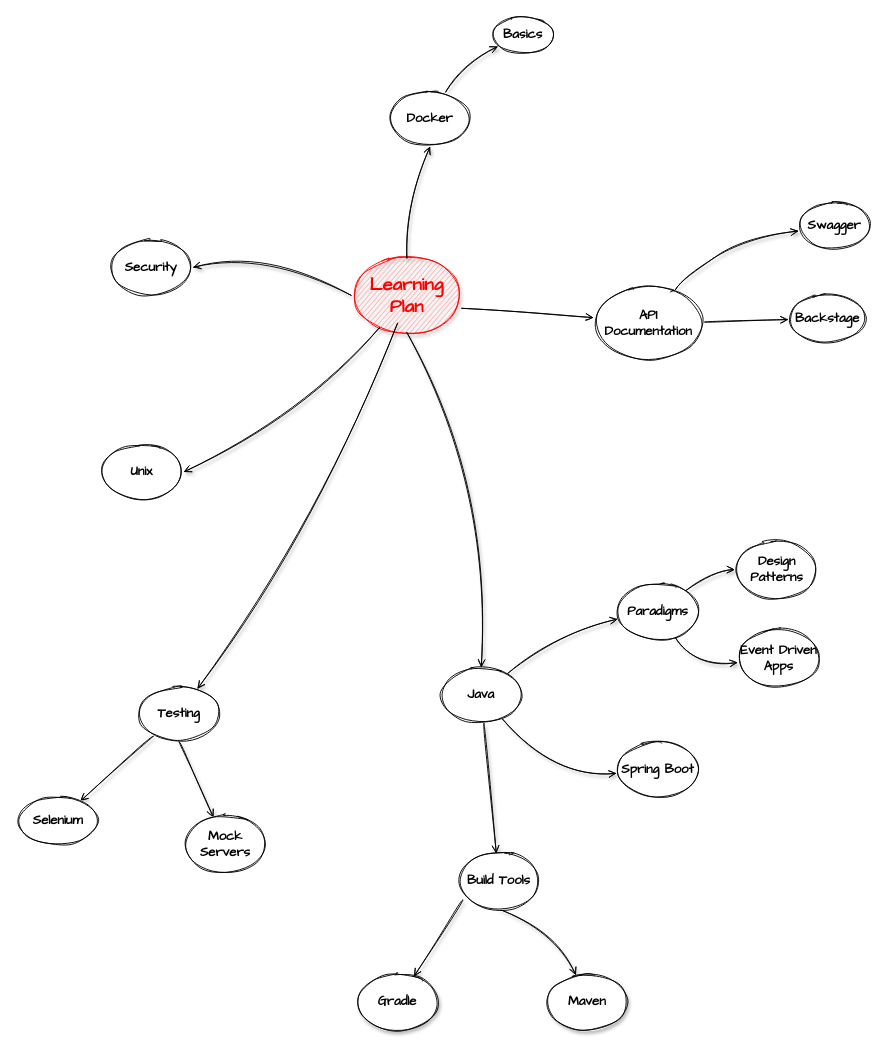
The draw.io diagram diagramming/learning_plan.drawio in mp30028/notes, before the edit. Source tidied: cells renumbered, new cells numbered last; positions are measured from the earlier drawing's top-left corner, leaving out a move shared by most shapes. Both pictures are drawn from the tidied source at 93%, with x=0, y=0 at pixel (16, 16).
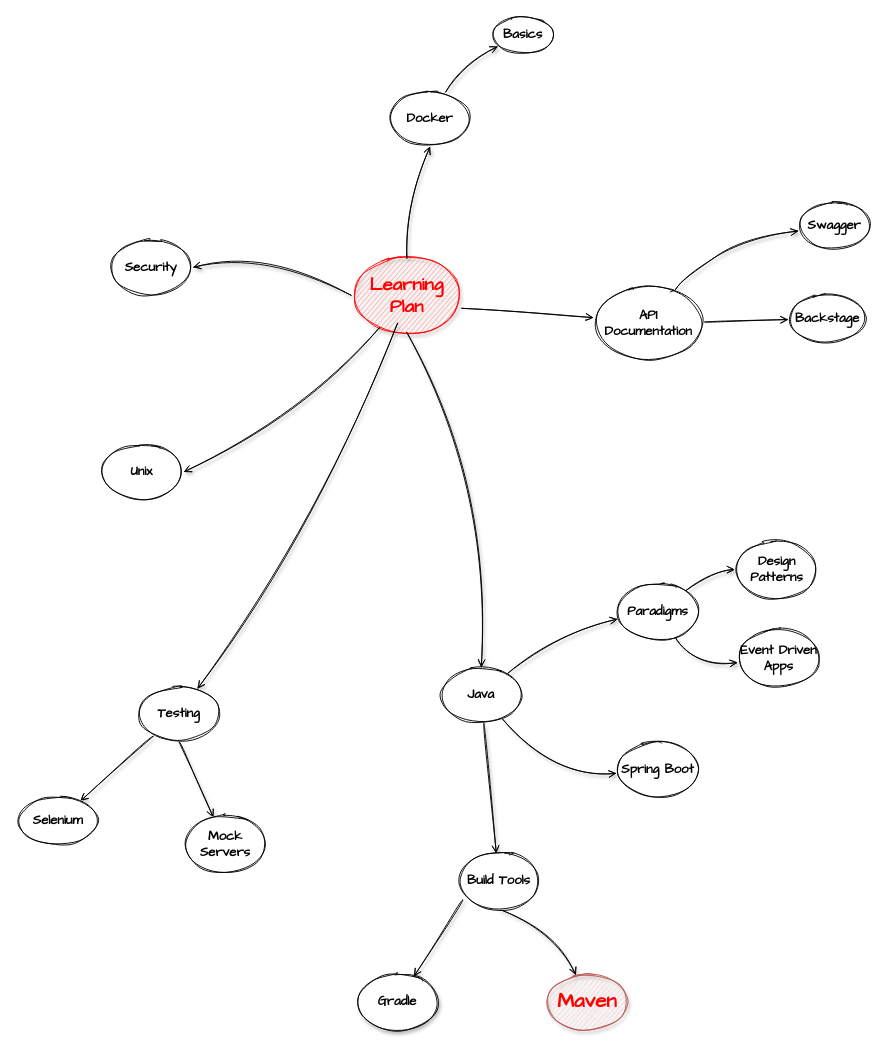
Above is the later version.

The edit, as a diff of the source:
```diff
@@
-    <mxCell id="20" value="Maven" style="ellipse;whiteSpace=wrap;html=1;rounded=0;shadow=1;comic=0;labelBackgroundColor=none;strokeWidth=1;fontFamily=Comic Sans MS;fontSize=14;align=center;sketch=1;fontStyle=1;" parent="1" vertex="1">
+    <mxCell id="20" value="Maven" style="ellipse;whiteSpace=wrap;html=1;rounded=0;shadow=1;comic=0;labelBackgroundColor=none;strokeWidth=1;fontFamily=Comic Sans MS;fontSize=22;align=center;sketch=1;fontStyle=1;fillColor=#f8cecc;strokeColor=#b85450;fontColor=#FF0000;" parent="1" vertex="1">
       <mxGeometry x="569" y="1030" width="90" height="60" as="geometry" />
     </mxCell>
```
